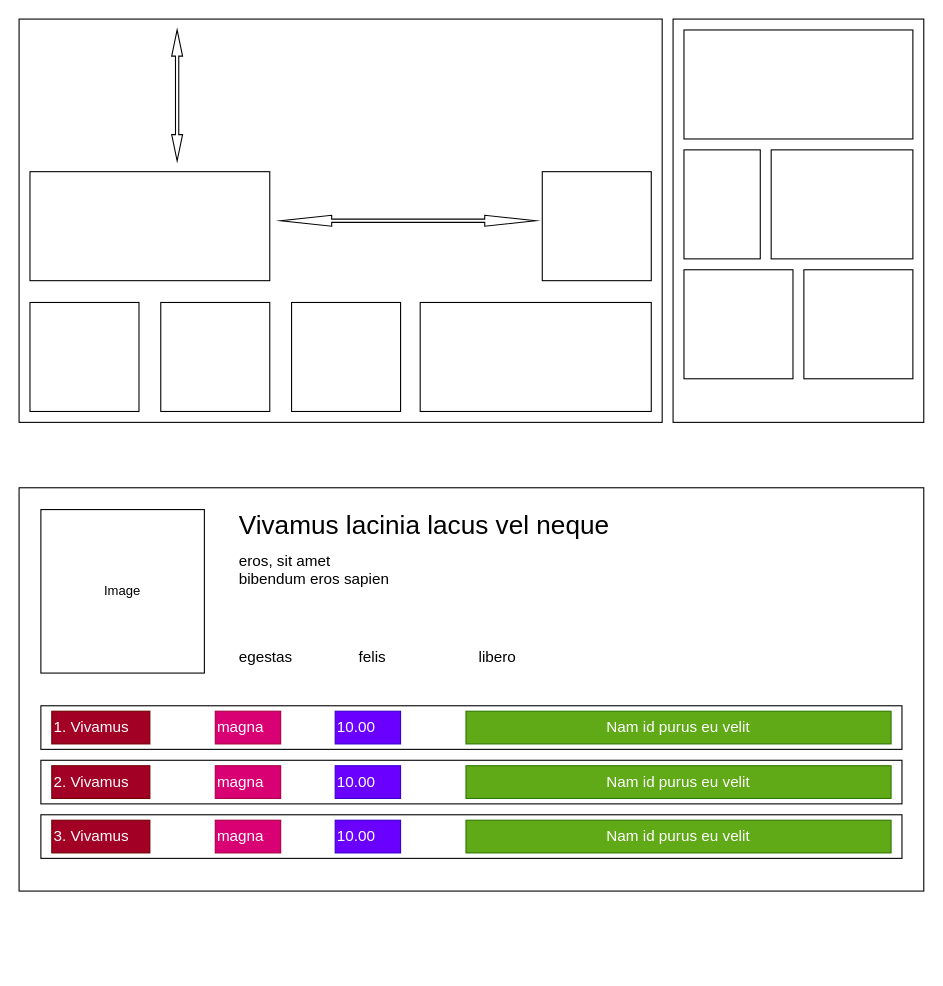
Before: Untitled Diagram.drawio in MuhammadHaris00/Diagrams, a draw.io diagram. Source tidied: cells renumbered, new cells numbered last; positions are measured from the earlier drawing's top-left corner, leaving out a move shared by most shapes. Both pictures are drawn from the tidied source at 109%, with x=0, y=0 at pixel (19, 19).
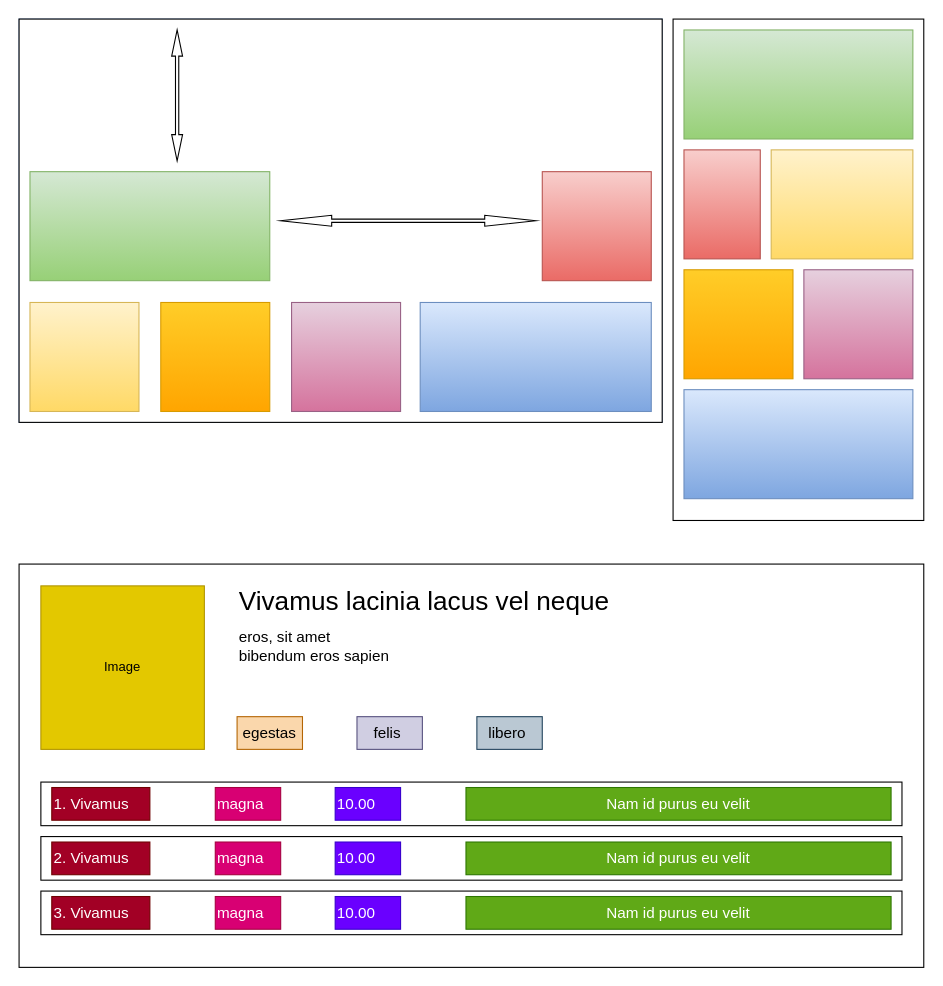
The same page after the edit.

What changed in the source:
```diff
@@
-    <mxCell id="2" style="group;" parent="1" vertex="1">
+    <mxCell id="2" style="group;fillColor=#dae8fc;gradientColor=#7ea6e0;strokeColor=#6c8ebf;" parent="1" vertex="1">
       <mxGeometry width="590" height="370" as="geometry" />
     </mxCell>
@@
-    <mxCell id="4" style="rounded=0;whiteSpace=wrap;html=1;" parent="2" vertex="1">
+    <mxCell id="4" style="rounded=0;whiteSpace=wrap;html=1;fillColor=#fff2cc;gradientColor=#ffd966;strokeColor=#d6b656;" parent="2" vertex="1">
       <mxGeometry x="10" y="260" width="100" height="100" as="geometry" />
     </mxCell>
-    <mxCell id="5" style="rounded=0;whiteSpace=wrap;html=1;" parent="2" vertex="1">
+    <mxCell id="5" style="rounded=0;whiteSpace=wrap;html=1;fillColor=#ffcd28;gradientColor=#ffa500;strokeColor=#d79b00;" parent="2" vertex="1">
       <mxGeometry x="130" y="260" width="100" height="100" as="geometry" />
     </mxCell>
-    <mxCell id="6" style="rounded=0;whiteSpace=wrap;html=1;" parent="2" vertex="1">
+    <mxCell id="6" style="rounded=0;whiteSpace=wrap;html=1;fillColor=#e6d0de;gradientColor=#d5739d;strokeColor=#996185;" parent="2" vertex="1">
       <mxGeometry x="250" y="260" width="100" height="100" as="geometry" />
     </mxCell>
-    <mxCell id="7" style="rounded=0;whiteSpace=wrap;html=1;" parent="2" vertex="1">
+    <mxCell id="7" style="rounded=0;whiteSpace=wrap;html=1;fillColor=#dae8fc;gradientColor=#7ea6e0;strokeColor=#6c8ebf;" parent="2" vertex="1">
       <mxGeometry x="368" y="260" width="212" height="100" as="geometry" />
     </mxCell>
-    <mxCell id="8" style="rounded=0;whiteSpace=wrap;html=1;" parent="2" vertex="1">
+    <mxCell id="8" style="rounded=0;whiteSpace=wrap;html=1;fillColor=#d5e8d4;gradientColor=#97d077;strokeColor=#82b366;" parent="2" vertex="1">
       <mxGeometry x="10" y="140" width="220" height="100" as="geometry" />
     </mxCell>
-    <mxCell id="9" style="rounded=0;whiteSpace=wrap;html=1;" parent="2" vertex="1">
+    <mxCell id="9" style="rounded=0;whiteSpace=wrap;html=1;fillColor=#f8cecc;gradientColor=#ea6b66;strokeColor=#b85450;" parent="2" vertex="1">
       <mxGeometry x="480" y="140" width="100" height="100" as="geometry" />
     </mxCell>
@@
-    <mxCell id="12" style="rounded=0;whiteSpace=wrap;html=1;" parent="1" vertex="1">
-      <mxGeometry x="600" width="230" height="370" as="geometry" />
-    </mxCell>
-    <mxCell id="13" style="rounded=0;whiteSpace=wrap;html=1;" parent="1" vertex="1">
-      <mxGeometry x="610" y="10" width="210" height="100" as="geometry" />
-    </mxCell>
-    <mxCell id="14" style="rounded=0;whiteSpace=wrap;html=1;" parent="1" vertex="1">
-      <mxGeometry x="610" y="120" width="70" height="100" as="geometry" />
-    </mxCell>
-    <mxCell id="15" style="rounded=0;whiteSpace=wrap;html=1;" parent="1" vertex="1">
-      <mxGeometry x="690" y="120" width="130" height="100" as="geometry" />
-    </mxCell>
-    <mxCell id="16" style="rounded=0;whiteSpace=wrap;html=1;" parent="1" vertex="1">
-      <mxGeometry x="610" y="230" width="100" height="100" as="geometry" />
-    </mxCell>
-    <mxCell id="17" style="rounded=0;whiteSpace=wrap;html=1;" parent="1" vertex="1">
-      <mxGeometry x="720" y="230" width="100" height="100" as="geometry" />
-    </mxCell>
+    <mxCell id="43" style="group;" parent="1" vertex="1">
+      <mxGeometry y="500" width="830" height="370" as="geometry" />
+    </mxCell>
-    <mxCell id="18" style="rounded=0;whiteSpace=wrap;html=1;" parent="1" vertex="1">
-      <mxGeometry y="430" width="830" height="370" as="geometry" />
+    <mxCell id="18" style="rounded=0;whiteSpace=wrap;html=1;" parent="43" vertex="1">
+      <mxGeometry width="830" height="370" as="geometry" />
     </mxCell>
-    <mxCell id="19" value="Image" style="rounded=0;whiteSpace=wrap;html=1;" parent="1" vertex="1">
-      <mxGeometry x="20" y="450" width="150" height="150" as="geometry" />
+    <mxCell id="19" value="Image" style="rounded=0;whiteSpace=wrap;html=1;fillColor=#e3c800;fontColor=#000000;strokeColor=#B09500;" parent="43" vertex="1">
+      <mxGeometry x="20" y="20" width="150" height="150" as="geometry" />
     </mxCell>
-    <mxCell id="20" value="&lt;font style=&quot;font-size: 24px;&quot;&gt;Vivamus lacinia lacus vel neque&lt;/font&gt;" style="text;strokeColor=none;align=left;fillColor=none;html=1;verticalAlign=middle;whiteSpace=wrap;rounded=0;" parent="1" vertex="1">
-      <mxGeometry x="200" y="450" width="370" height="30" as="geometry" />
+    <mxCell id="20" value="&lt;font style=&quot;font-size: 24px;&quot;&gt;Vivamus lacinia lacus vel neque&lt;/font&gt;" style="text;strokeColor=none;align=left;fillColor=none;html=1;verticalAlign=middle;whiteSpace=wrap;rounded=0;" parent="43" vertex="1">
+      <mxGeometry x="200" y="20" width="370" height="30" as="geometry" />
     </mxCell>
-    <mxCell id="21" value="&lt;font style=&quot;font-size: 14px;&quot;&gt;eros, sit amet&lt;/font&gt;&lt;div&gt;&lt;font style=&quot;font-size: 14px;&quot;&gt;bibendum eros sapien&lt;/font&gt;&lt;/div&gt;" style="text;strokeColor=none;align=left;fillColor=none;html=1;verticalAlign=middle;whiteSpace=wrap;rounded=0;" parent="1" vertex="1">
-      <mxGeometry x="200" y="490" width="370" height="30" as="geometry" />
+    <mxCell id="21" value="&lt;font style=&quot;font-size: 14px;&quot;&gt;eros, sit amet&lt;/font&gt;&lt;div&gt;&lt;font style=&quot;font-size: 14px;&quot;&gt;bibendum eros sapien&lt;/font&gt;&lt;/div&gt;" style="text;strokeColor=none;align=left;fillColor=none;html=1;verticalAlign=middle;whiteSpace=wrap;rounded=0;" parent="43" vertex="1">
+      <mxGeometry x="200" y="60" width="370" height="30" as="geometry" />
     </mxCell>
-    <mxCell id="22" value="&lt;span style=&quot;font-size: 14px;&quot;&gt;egestas&lt;/span&gt;" style="text;strokeColor=none;align=left;fillColor=none;html=1;verticalAlign=middle;whiteSpace=wrap;rounded=0;" parent="1" vertex="1">
-      <mxGeometry x="200" y="570" width="60" height="30" as="geometry" />
+    <mxCell id="22" value="&lt;span style=&quot;font-size: 14px;&quot;&gt;egestas&lt;/span&gt;" style="text;strokeColor=#b46504;align=center;fillColor=#fad7ac;html=1;verticalAlign=middle;whiteSpace=wrap;rounded=0;" parent="43" vertex="1">
+      <mxGeometry x="200" y="140" width="60" height="30" as="geometry" />
     </mxCell>
-    <mxCell id="23" value="&lt;span style=&quot;font-size: 14px;&quot;&gt;felis&amp;nbsp;&lt;/span&gt;" style="text;strokeColor=none;align=left;fillColor=none;html=1;verticalAlign=middle;whiteSpace=wrap;rounded=0;" parent="1" vertex="1">
-      <mxGeometry x="310" y="570" width="60" height="30" as="geometry" />
+    <mxCell id="23" value="&lt;span style=&quot;font-size: 14px;&quot;&gt;felis&amp;nbsp;&lt;/span&gt;" style="text;strokeColor=#56517e;align=center;fillColor=#d0cee2;html=1;verticalAlign=middle;whiteSpace=wrap;rounded=0;" parent="43" vertex="1">
+      <mxGeometry x="310" y="140" width="60" height="30" as="geometry" />
     </mxCell>
-    <mxCell id="24" value="&lt;span style=&quot;font-size: 14px;&quot;&gt;libero&amp;nbsp;&lt;/span&gt;" style="text;strokeColor=none;align=left;fillColor=none;html=1;verticalAlign=middle;whiteSpace=wrap;rounded=0;" parent="1" vertex="1">
-      <mxGeometry x="420" y="570" width="60" height="30" as="geometry" />
+    <mxCell id="24" value="&lt;span style=&quot;font-size: 14px;&quot;&gt;libero&amp;nbsp;&lt;/span&gt;" style="text;strokeColor=#23445d;align=center;fillColor=#bac8d3;html=1;verticalAlign=middle;whiteSpace=wrap;rounded=0;" parent="43" vertex="1">
+      <mxGeometry x="420" y="140" width="60" height="30" as="geometry" />
     </mxCell>
-    <mxCell id="25" style="group;" parent="1" vertex="1">
-      <mxGeometry x="20" y="630" width="790" height="40" as="geometry" />
+    <mxCell id="25" style="group;" parent="43" vertex="1">
+      <mxGeometry x="20" y="200" width="790" height="40" as="geometry" />
     </mxCell>
@@
-    <mxCell id="31" style="group;" parent="1" vertex="1">
-      <mxGeometry x="20" y="680" width="790" height="40" as="geometry" />
+    <mxCell id="31" style="group;" parent="43" vertex="1">
+      <mxGeometry x="20" y="250" width="790" height="40" as="geometry" />
     </mxCell>
@@
-    <mxCell id="37" style="group;" parent="1" vertex="1">
-      <mxGeometry x="20" y="730" width="790" height="40" as="geometry" />
+    <mxCell id="37" style="group;" parent="43" vertex="1">
+      <mxGeometry x="20" y="300" width="790" height="40" as="geometry" />
     </mxCell>
@@
+    <mxCell id="44" style="group;" parent="1" vertex="1">
+      <mxGeometry x="600" width="230" height="460" as="geometry" />
+    </mxCell>
+    <mxCell id="12" style="rounded=0;whiteSpace=wrap;html=1;" parent="44" vertex="1">
+      <mxGeometry width="230" height="460" as="geometry" />
+    </mxCell>
+    <mxCell id="13" style="rounded=0;whiteSpace=wrap;html=1;fillColor=#d5e8d4;gradientColor=#97d077;strokeColor=#82b366;" parent="44" vertex="1">
+      <mxGeometry x="10" y="10" width="210" height="100" as="geometry" />
+    </mxCell>
+    <mxCell id="14" style="rounded=0;whiteSpace=wrap;html=1;fillColor=#f8cecc;gradientColor=#ea6b66;strokeColor=#b85450;" parent="44" vertex="1">
+      <mxGeometry x="10" y="120" width="70" height="100" as="geometry" />
+    </mxCell>
+    <mxCell id="15" style="rounded=0;whiteSpace=wrap;html=1;fillColor=#fff2cc;gradientColor=#ffd966;strokeColor=#d6b656;" parent="44" vertex="1">
+      <mxGeometry x="90" y="120" width="130" height="100" as="geometry" />
+    </mxCell>
+    <mxCell id="16" style="rounded=0;whiteSpace=wrap;html=1;fillColor=#ffcd28;gradientColor=#ffa500;strokeColor=#d79b00;" parent="44" vertex="1">
+      <mxGeometry x="10" y="230" width="100" height="100" as="geometry" />
+    </mxCell>
+    <mxCell id="17" style="rounded=0;whiteSpace=wrap;html=1;fillColor=#e6d0de;gradientColor=#d5739d;strokeColor=#996185;" parent="44" vertex="1">
+      <mxGeometry x="120" y="230" width="100" height="100" as="geometry" />
+    </mxCell>
+    <mxCell id="45" style="rounded=0;whiteSpace=wrap;html=1;fillColor=#dae8fc;gradientColor=#7ea6e0;strokeColor=#6c8ebf;" parent="44" vertex="1">
+      <mxGeometry x="10" y="340" width="210" height="100" as="geometry" />
+    </mxCell>
```
